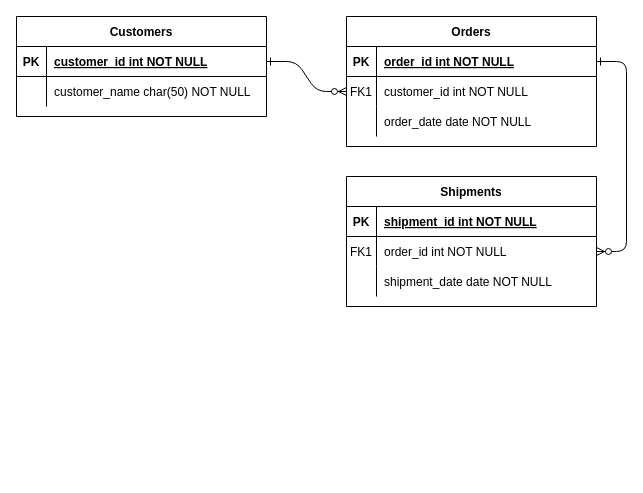
The draw.io diagram bases de datos/mysql/Diseño Diagrama Entidad-Relación(VIVO).drawio in extmarcavil/practicas-wave15, before the edit. Source tidied: cells renumbered, new cells numbered last; positions are measured from the earlier drawing's top-left corner, leaving out a move shared by most shapes. Both pictures are drawn from the tidied source at 100%, with x=0, y=0 at pixel (16, 16).
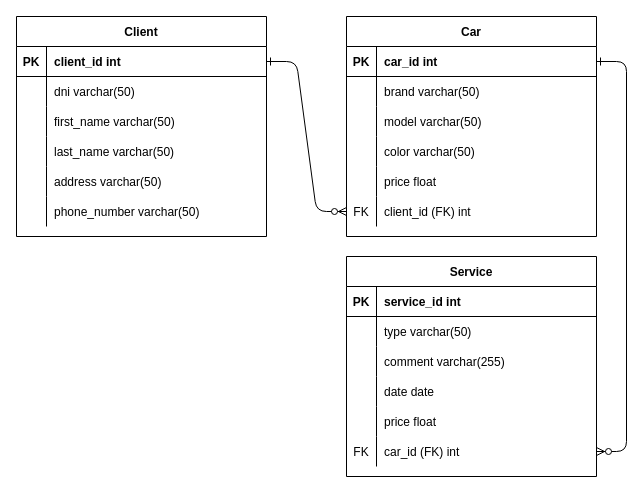
Above is the later version.

Commit message:
Fix - el DER de services de autos no se habia guardado correctamente y se habia subido erroneamente

The change refers to these unchanged cells:
```xml
<mxCell id="5" style="shape=partialRectangle;fillColor=none;points=[[0,0.5],[1,0.5]];portConstraint=eastwest;top=0;left=0;right=0;bottom=1;" parent="4" vertex="1">
  <mxGeometry y="30" width="250" height="30" as="geometry" />
</mxCell>
<mxCell id="8" style="shape=partialRectangle;fillColor=none;points=[[0,0.5],[1,0.5]];portConstraint=eastwest;top=0;left=0;right=0;bottom=0;" parent="4" vertex="1">
  <mxGeometry y="60" width="250" height="30" as="geometry" />
</mxCell>
<mxCell id="11" style="shape=partialRectangle;fillColor=none;top=0;left=0;right=0;bottom=0;" parent="4" vertex="1">
  <mxGeometry y="90" width="250" height="30" as="geometry" />
</mxCell>
<mxCell id="15" style="shape=partialRectangle;fillColor=none;top=0;left=0;right=0;bottom=1;" parent="14" vertex="1">
  <mxGeometry y="30" width="250" height="30" as="geometry" />
</mxCell>
<mxCell id="18" style="shape=partialRectangle;fillColor=none;points=[[0,0.5],[1,0.5]];portConstraint=eastwest;top=0;left=0;right=0;bottom=0;" parent="14" vertex="1">
  <mxGeometry y="60" width="250" height="30" as="geometry" />
</mxCell>
<mxCell id="21" style="shape=partialRectangle;fillColor=none;top=0;left=0;right=0;bottom=0;" parent="14" vertex="1">
  <mxGeometry y="90" width="250" height="30" as="geometry" />
</mxCell>
<mxCell id="25" style="shape=partialRectangle;fillColor=none;points=[[0,0.5],[1,0.5]];portConstraint=eastwest;top=0;left=0;right=0;bottom=1;" parent="24" vertex="1">
  <mxGeometry y="30" width="250" height="30" as="geometry" />
</mxCell>
<mxCell id="28" style="shape=partialRectangle;fillColor=none;top=0;left=0;right=0;bottom=0;" parent="24" vertex="1">
  <mxGeometry y="60" width="250" height="30" as="geometry" />
</mxCell>
```

Diff of the diagram source:
```diff
@@
-    <mxCell id="2" style="edgeStyle=entityRelationEdgeStyle;endArrow=ERzeroToMany;startArrow=ERone;endFill=1;startFill=0;" parent="1" edge="1" source="25" target="8">
+    <mxCell id="2" style="edgeStyle=entityRelationEdgeStyle;endArrow=ERzeroToMany;startArrow=ERone;endFill=1;startFill=0;entryX=0;entryY=0.5;entryDx=0;entryDy=0;" parent="1" edge="1" source="25" target="37">
       <mxGeometry relative="1" as="geometry" />
     </mxCell>
-    <mxCell id="3" style="edgeStyle=entityRelationEdgeStyle;endArrow=ERzeroToMany;startArrow=ERone;endFill=1;startFill=0;" parent="1" edge="1" source="5" target="18">
+    <mxCell id="3" style="edgeStyle=entityRelationEdgeStyle;endArrow=ERzeroToMany;startArrow=ERone;endFill=1;startFill=0;entryX=1;entryY=0.5;entryDx=0;entryDy=0;" parent="1" edge="1" source="5" target="46">
       <mxGeometry relative="1" as="geometry" />
     </mxCell>
-    <mxCell id="4" value="Orders" style="shape=table;startSize=30;childLayout=tableLayout;rowLines=0;fontStyle=1;align=center;" parent="1" vertex="1">
-      <mxGeometry x="330" width="250" height="130" as="geometry" />
+    <mxCell id="4" value="Car" style="shape=table;startSize=30;childLayout=tableLayout;rowLines=0;fontStyle=1;align=center;" parent="1" vertex="1">
+      <mxGeometry x="330" width="250" height="220" as="geometry" />
     </mxCell>
@@
-    <mxCell id="7" value="order_id int NOT NULL " style="shape=partialRectangle;overflow=hidden;fillColor=none;top=0;left=0;bottom=0;right=0;align=left;spacingLeft=6;fontStyle=5;" parent="5" vertex="1">
+    <mxCell id="7" value="car_id int" style="shape=partialRectangle;overflow=hidden;fillColor=none;top=0;left=0;bottom=0;right=0;align=left;spacingLeft=6;fontStyle=1;" parent="5" vertex="1">
       <mxGeometry x="30" width="220" height="30" as="geometry" />
     </mxCell>
@@
-    <mxCell id="9" value="FK1" style="shape=partialRectangle;overflow=hidden;fillColor=none;top=0;left=0;bottom=0;right=0;" parent="8" vertex="1">
+    <mxCell id="9" style="shape=partialRectangle;overflow=hidden;fillColor=none;top=0;left=0;bottom=0;right=0;" parent="8" vertex="1">
       <mxGeometry width="30" height="30" as="geometry" />
     </mxCell>
-    <mxCell id="10" value="customer_id int NOT NULL" style="shape=partialRectangle;overflow=hidden;fillColor=none;top=0;left=0;bottom=0;right=0;align=left;spacingLeft=6;" parent="8" vertex="1">
+    <mxCell id="10" value="brand varchar(50)" style="shape=partialRectangle;overflow=hidden;fillColor=none;top=0;left=0;bottom=0;right=0;align=left;spacingLeft=6;" parent="8" vertex="1">
       <mxGeometry x="30" width="220" height="30" as="geometry" />
     </mxCell>
@@
-    <mxCell id="13" value="order_date date NOT NULL" style="shape=partialRectangle;overflow=hidden;fillColor=none;top=0;left=0;bottom=0;right=0;align=left;spacingLeft=6;" parent="11" vertex="1">
+    <mxCell id="13" value="model varchar(50)" style="shape=partialRectangle;overflow=hidden;fillColor=none;top=0;left=0;bottom=0;right=0;align=left;spacingLeft=6;" parent="11" vertex="1">
       <mxGeometry x="30" width="220" height="30" as="geometry" />
     </mxCell>
+    <mxCell id="31" style="shape=partialRectangle;fillColor=none;top=0;left=0;right=0;bottom=0;" parent="4" vertex="1">
+      <mxGeometry y="120" width="250" height="30" as="geometry" />
+    </mxCell>
+    <mxCell id="32" style="shape=partialRectangle;overflow=hidden;fillColor=none;top=0;left=0;bottom=0;right=0;" parent="31" vertex="1">
+      <mxGeometry width="30" height="30" as="geometry" />
+    </mxCell>
+    <mxCell id="33" value="color varchar(50)" style="shape=partialRectangle;overflow=hidden;fillColor=none;top=0;left=0;bottom=0;right=0;align=left;spacingLeft=6;" parent="31" vertex="1">
+      <mxGeometry x="30" width="220" height="30" as="geometry" />
+    </mxCell>
+    <mxCell id="34" style="shape=partialRectangle;fillColor=none;top=0;left=0;right=0;bottom=0;" parent="4" vertex="1">
+      <mxGeometry y="150" width="250" height="30" as="geometry" />
+    </mxCell>
+    <mxCell id="35" style="shape=partialRectangle;overflow=hidden;fillColor=none;top=0;left=0;bottom=0;right=0;" parent="34" vertex="1">
+      <mxGeometry width="30" height="30" as="geometry" />
+    </mxCell>
+    <mxCell id="36" value="price float" style="shape=partialRectangle;overflow=hidden;fillColor=none;top=0;left=0;bottom=0;right=0;align=left;spacingLeft=6;" parent="34" vertex="1">
+      <mxGeometry x="30" width="220" height="30" as="geometry" />
+    </mxCell>
+    <mxCell id="37" style="shape=partialRectangle;fillColor=none;points=[[0,0.5],[1,0.5]];portConstraint=eastwest;top=0;left=0;right=0;bottom=0;" parent="4" vertex="1">
+      <mxGeometry y="180" width="250" height="30" as="geometry" />
+    </mxCell>
+    <mxCell id="38" value="FK" style="shape=partialRectangle;overflow=hidden;fillColor=none;top=0;left=0;bottom=0;right=0;" parent="37" vertex="1">
+      <mxGeometry width="30" height="30" as="geometry" />
+    </mxCell>
+    <mxCell id="39" value="client_id (FK) int" style="shape=partialRectangle;overflow=hidden;fillColor=none;top=0;left=0;bottom=0;right=0;align=left;spacingLeft=6;" parent="37" vertex="1">
+      <mxGeometry x="30" width="220" height="30" as="geometry" />
+    </mxCell>
-    <mxCell id="14" value="Shipments" style="shape=table;startSize=30;childLayout=tableLayout;rowLines=0;fontStyle=1;align=center;" parent="1" vertex="1">
-      <mxGeometry x="330" y="160" width="250" height="130" as="geometry" />
+    <mxCell id="14" value="Service" style="shape=table;startSize=30;childLayout=tableLayout;rowLines=0;fontStyle=1;align=center;" parent="1" vertex="1">
+      <mxGeometry x="330" y="240" width="250" height="220" as="geometry" />
     </mxCell>
@@
-    <mxCell id="17" value="shipment_id int NOT NULL " style="shape=partialRectangle;overflow=hidden;fillColor=none;top=0;left=0;bottom=0;right=0;align=left;spacingLeft=6;fontStyle=5;" parent="15" vertex="1">
+    <mxCell id="17" value="service_id int" style="shape=partialRectangle;overflow=hidden;fillColor=none;top=0;left=0;bottom=0;right=0;align=left;spacingLeft=6;fontStyle=1;" parent="15" vertex="1">
       <mxGeometry x="30" width="220" height="30" as="geometry" />
     </mxCell>
@@
-    <mxCell id="19" value="FK1" style="shape=partialRectangle;overflow=hidden;fillColor=none;top=0;left=0;bottom=0;right=0;" parent="18" vertex="1">
+    <mxCell id="19" style="shape=partialRectangle;overflow=hidden;fillColor=none;top=0;left=0;bottom=0;right=0;" parent="18" vertex="1">
       <mxGeometry width="30" height="30" as="geometry" />
     </mxCell>
-    <mxCell id="20" value="order_id int NOT NULL" style="shape=partialRectangle;overflow=hidden;fillColor=none;top=0;left=0;bottom=0;right=0;align=left;spacingLeft=6;" parent="18" vertex="1">
+    <mxCell id="20" value="type varchar(50)" style="shape=partialRectangle;overflow=hidden;fillColor=none;top=0;left=0;bottom=0;right=0;align=left;spacingLeft=6;" parent="18" vertex="1">
       <mxGeometry x="30" width="220" height="30" as="geometry" />
     </mxCell>
@@
-    <mxCell id="23" value="shipment_date date NOT NULL" style="shape=partialRectangle;overflow=hidden;fillColor=none;top=0;left=0;bottom=0;right=0;align=left;spacingLeft=6;" parent="21" vertex="1">
+    <mxCell id="23" value="comment varchar(255)" style="shape=partialRectangle;overflow=hidden;fillColor=none;top=0;left=0;bottom=0;right=0;align=left;spacingLeft=6;" parent="21" vertex="1">
       <mxGeometry x="30" width="220" height="30" as="geometry" />
     </mxCell>
+    <mxCell id="40" style="shape=partialRectangle;fillColor=none;top=0;left=0;right=0;bottom=0;" parent="14" vertex="1">
+      <mxGeometry y="120" width="250" height="30" as="geometry" />
+    </mxCell>
+    <mxCell id="41" style="shape=partialRectangle;overflow=hidden;fillColor=none;top=0;left=0;bottom=0;right=0;" parent="40" vertex="1">
+      <mxGeometry width="30" height="30" as="geometry" />
+    </mxCell>
+    <mxCell id="42" value="date date" style="shape=partialRectangle;overflow=hidden;fillColor=none;top=0;left=0;bottom=0;right=0;align=left;spacingLeft=6;" parent="40" vertex="1">
+      <mxGeometry x="30" width="220" height="30" as="geometry" />
+    </mxCell>
+    <mxCell id="43" style="shape=partialRectangle;fillColor=none;top=0;left=0;right=0;bottom=0;" parent="14" vertex="1">
+      <mxGeometry y="150" width="250" height="30" as="geometry" />
+    </mxCell>
+    <mxCell id="44" style="shape=partialRectangle;overflow=hidden;fillColor=none;top=0;left=0;bottom=0;right=0;" parent="43" vertex="1">
+      <mxGeometry width="30" height="30" as="geometry" />
+    </mxCell>
+    <mxCell id="45" value="price float" style="shape=partialRectangle;overflow=hidden;fillColor=none;top=0;left=0;bottom=0;right=0;align=left;spacingLeft=6;" parent="43" vertex="1">
+      <mxGeometry x="30" width="220" height="30" as="geometry" />
+    </mxCell>
+    <mxCell id="46" style="shape=partialRectangle;fillColor=none;points=[[0,0.5],[1,0.5]];portConstraint=eastwest;top=0;left=0;right=0;bottom=0;" parent="14" vertex="1">
+      <mxGeometry y="180" width="250" height="30" as="geometry" />
+    </mxCell>
+    <mxCell id="47" value="FK" style="shape=partialRectangle;overflow=hidden;fillColor=none;top=0;left=0;bottom=0;right=0;" parent="46" vertex="1">
+      <mxGeometry width="30" height="30" as="geometry" />
+    </mxCell>
+    <mxCell id="48" value="car_id (FK) int" style="shape=partialRectangle;overflow=hidden;fillColor=none;top=0;left=0;bottom=0;right=0;align=left;spacingLeft=6;" parent="46" vertex="1">
+      <mxGeometry x="30" width="220" height="30" as="geometry" />
+    </mxCell>
-    <mxCell id="24" value="Customers" style="shape=table;startSize=30;childLayout=tableLayout;rowLines=0;fontStyle=1;align=center;" parent="1" vertex="1">
-      <mxGeometry width="250" height="100" as="geometry" />
+    <mxCell id="24" value="Client" style="shape=table;startSize=30;childLayout=tableLayout;rowLines=0;fontStyle=1;align=center;" parent="1" vertex="1">
+      <mxGeometry width="250" height="220" as="geometry" />
     </mxCell>
@@
-    <mxCell id="27" value="customer_id int NOT NULL " style="shape=partialRectangle;overflow=hidden;fillColor=none;top=0;left=0;bottom=0;right=0;align=left;spacingLeft=6;fontStyle=5;" parent="25" vertex="1">
+    <mxCell id="27" value="client_id int" style="shape=partialRectangle;overflow=hidden;fillColor=none;top=0;left=0;bottom=0;right=0;align=left;spacingLeft=6;fontStyle=1;" parent="25" vertex="1">
       <mxGeometry x="30" width="220" height="30" as="geometry" />
     </mxCell>
@@
-    <mxCell id="30" value="customer_name char(50) NOT NULL" style="shape=partialRectangle;overflow=hidden;fillColor=none;top=0;left=0;bottom=0;right=0;align=left;spacingLeft=6;" parent="28" vertex="1">
+    <mxCell id="30" value="dni varchar(50)" style="shape=partialRectangle;overflow=hidden;fillColor=none;top=0;left=0;bottom=0;right=0;align=left;spacingLeft=6;" parent="28" vertex="1">
       <mxGeometry x="30" width="220" height="30" as="geometry" />
     </mxCell>
+    <mxCell id="49" style="shape=partialRectangle;fillColor=none;top=0;left=0;right=0;bottom=0;" parent="24" vertex="1">
+      <mxGeometry y="90" width="250" height="30" as="geometry" />
+    </mxCell>
+    <mxCell id="50" style="shape=partialRectangle;overflow=hidden;fillColor=none;top=0;left=0;bottom=0;right=0;" parent="49" vertex="1">
+      <mxGeometry width="30" height="30" as="geometry" />
+    </mxCell>
+    <mxCell id="51" value="first_name varchar(50)" style="shape=partialRectangle;overflow=hidden;fillColor=none;top=0;left=0;bottom=0;right=0;align=left;spacingLeft=6;" parent="49" vertex="1">
+      <mxGeometry x="30" width="220" height="30" as="geometry" />
+    </mxCell>
+    <mxCell id="52" style="shape=partialRectangle;fillColor=none;top=0;left=0;right=0;bottom=0;" parent="24" vertex="1">
+      <mxGeometry y="120" width="250" height="30" as="geometry" />
+    </mxCell>
+    <mxCell id="53" style="shape=partialRectangle;overflow=hidden;fillColor=none;top=0;left=0;bottom=0;right=0;" parent="52" vertex="1">
+      <mxGeometry width="30" height="30" as="geometry" />
+    </mxCell>
+    <mxCell id="54" value="last_name varchar(50)" style="shape=partialRectangle;overflow=hidden;fillColor=none;top=0;left=0;bottom=0;right=0;align=left;spacingLeft=6;" parent="52" vertex="1">
+      <mxGeometry x="30" width="220" height="30" as="geometry" />
+    </mxCell>
+    <mxCell id="55" style="shape=partialRectangle;fillColor=none;top=0;left=0;right=0;bottom=0;" parent="24" vertex="1">
+      <mxGeometry y="150" width="250" height="30" as="geometry" />
+    </mxCell>
+    <mxCell id="56" style="shape=partialRectangle;overflow=hidden;fillColor=none;top=0;left=0;bottom=0;right=0;" parent="55" vertex="1">
+      <mxGeometry width="30" height="30" as="geometry" />
+    </mxCell>
+    <mxCell id="57" value="address varchar(50)" style="shape=partialRectangle;overflow=hidden;fillColor=none;top=0;left=0;bottom=0;right=0;align=left;spacingLeft=6;" parent="55" vertex="1">
+      <mxGeometry x="30" width="220" height="30" as="geometry" />
+    </mxCell>
+    <mxCell id="58" style="shape=partialRectangle;fillColor=none;top=0;left=0;right=0;bottom=0;" parent="24" vertex="1">
+      <mxGeometry y="180" width="250" height="30" as="geometry" />
+    </mxCell>
+    <mxCell id="59" style="shape=partialRectangle;overflow=hidden;fillColor=none;top=0;left=0;bottom=0;right=0;" parent="58" vertex="1">
+      <mxGeometry width="30" height="30" as="geometry" />
+    </mxCell>
+    <mxCell id="60" value="phone_number varchar(50)" style="shape=partialRectangle;overflow=hidden;fillColor=none;top=0;left=0;bottom=0;right=0;align=left;spacingLeft=6;" parent="58" vertex="1">
+      <mxGeometry x="30" width="220" height="30" as="geometry" />
+    </mxCell>
```
